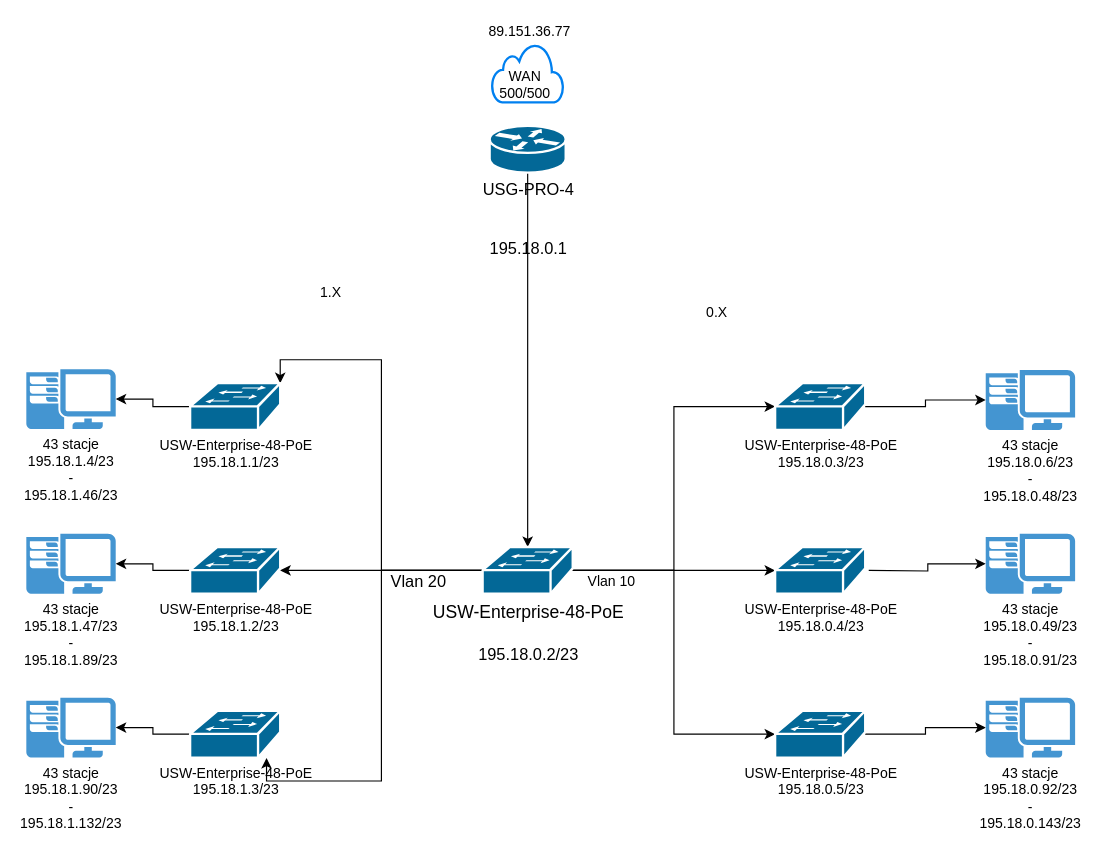
This is Untitled Diagram.drawio from Kebab81/PRV, a draw.io file, before an edit. Source tidied: cells renumbered, new cells numbered last; positions are measured from the earlier drawing's top-left corner, leaving out a move shared by most shapes. Both pictures are drawn from the tidied source at 117%, with x=0, y=0 at pixel (26, 20).
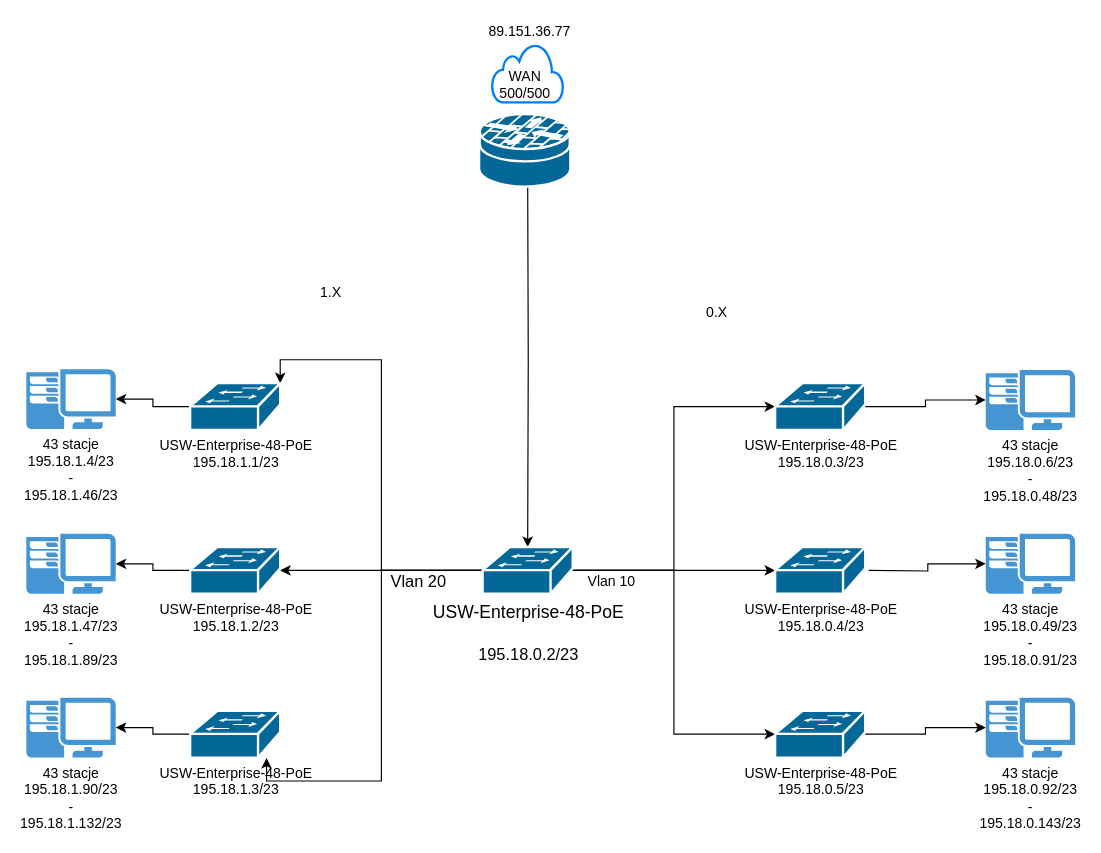
After the change.

Unchanged cells that the change refers to:
```xml
<mxCell id="12" value="&lt;div style=&quot;font-size: 15px&quot;&gt;&lt;font style=&quot;font-size: 15px&quot;&gt;&lt;span class=&quot;product-current-sku&quot;&gt;USW-Enterprise-48-PoE&lt;br&gt;&lt;/span&gt;&lt;/font&gt;&lt;/div&gt;&lt;div style=&quot;font-size: 15px&quot;&gt;&lt;br&gt;&lt;/div&gt;&lt;span style=&quot;font-size: 14px&quot;&gt;195.18.0.2/23&lt;/span&gt;&lt;font style=&quot;font-size: 15px&quot;&gt;&lt;br&gt;&lt;/font&gt;" style="shape=mxgraph.cisco.switches.workgroup_switch;sketch=0;html=1;dashed=0;fillColor=#036897;strokeColor=#ffffff;strokeWidth=2;verticalLabelPosition=bottom;verticalAlign=top;align=center;outlineConnect=0;" parent="1" vertex="1">
  <mxGeometry x="390" y="450" width="77" height="40" as="geometry" />
</mxCell>
```

What changed in the source:
```diff
@@
-    <mxCell id="4" style="edgeStyle=orthogonalEdgeStyle;rounded=0;jettySize=auto;html=1;" parent="1" edge="1" source="5" target="12">
-      <mxGeometry relative="1" as="geometry" />
+    <mxCell id="4" style="edgeStyle=orthogonalEdgeStyle;rounded=0;jettySize=auto;html=1;" parent="1" edge="1" target="12">
+      <mxGeometry relative="1" as="geometry">
+        <mxPoint x="428.5" y="130" as="sourcePoint" />
+      </mxGeometry>
     </mxCell>
-    <mxCell id="5" value="&lt;div style=&quot;font-size: 14px&quot;&gt;&lt;font style=&quot;font-size: 14px&quot;&gt;USG-PRO-4&lt;/font&gt;&lt;/div&gt;&lt;div style=&quot;font-size: 14px&quot;&gt;&lt;font style=&quot;font-size: 14px&quot;&gt;&lt;br&gt;&lt;/font&gt;&lt;/div&gt;&lt;div style=&quot;font-size: 14px&quot;&gt;&lt;font style=&quot;font-size: 14px&quot;&gt;&lt;br&gt;&lt;/font&gt;&lt;/div&gt;&lt;div style=&quot;font-size: 14px&quot;&gt;&lt;font style=&quot;font-size: 14px&quot;&gt;195.18.0.1&lt;br&gt;&lt;/font&gt;&lt;/div&gt;" style="shape=mxgraph.cisco.routers.router;sketch=0;html=1;dashed=0;fillColor=#036897;strokeColor=#ffffff;strokeWidth=2;verticalLabelPosition=bottom;verticalAlign=top;align=center;outlineConnect=0;" parent="1" vertex="1">
-      <mxGeometry x="396" y="90" width="65" height="40" as="geometry" />
-    </mxCell>
@@
+    <mxCell id="36" style="shape=mxgraph.cisco.security.router_firewall;sketch=0;html=1;dashed=0;fillColor=#036897;strokeColor=#ffffff;strokeWidth=2;verticalLabelPosition=bottom;verticalAlign=top;align=center;" parent="1" vertex="1">
+      <mxGeometry x="387" y="80" width="78" height="62" as="geometry" />
+    </mxCell>
```
